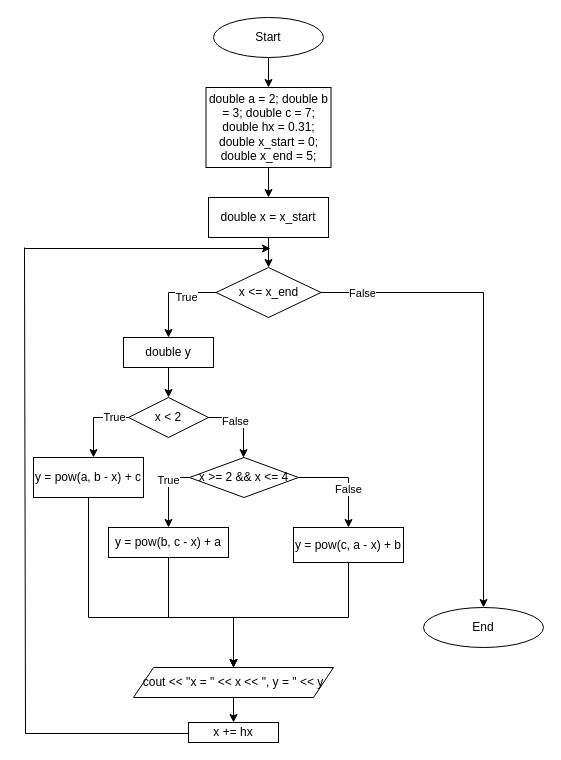
artificial-intelligence-department/ai_programming_playground_2024 keeps this draw.io diagram as ai_11/anastasiia_humeniuk/saga1/vns_practice_work_2_task_anastasiia_humeniuk.drawio. Above is the earlier version. Source tidied: cells renumbered, new cells numbered last; positions are measured from the earlier drawing's top-left corner, leaving out a move shared by most shapes. Both pictures are drawn from the tidied source at 100%, with x=0, y=0 at pixel (24, 17).
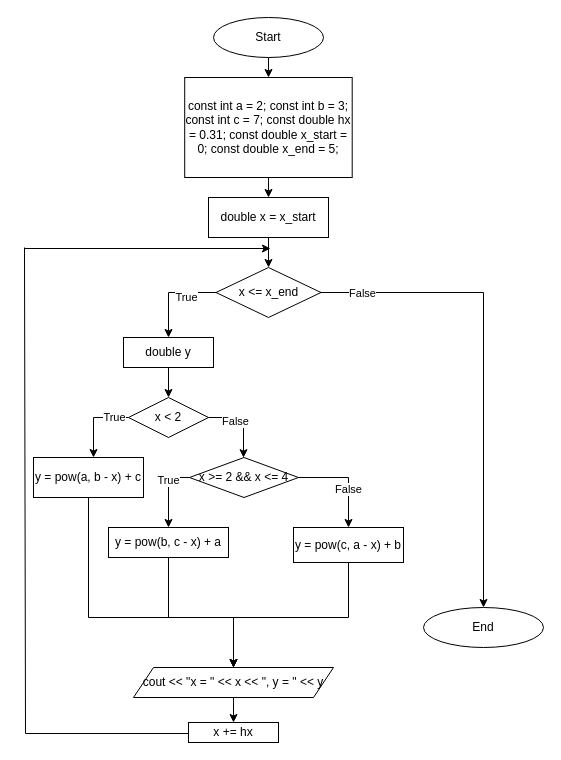
Above is the later version.

What changed in the source:
```diff
@@
-    <mxCell id="5" value="double a = 2; double b = 3; double c = 7; double hx = 0.31; double x_start = 0; double x_end = 5;" style="rounded=0;whiteSpace=wrap;html=1;" parent="1" vertex="1">
-      <mxGeometry x="181.5" y="70" width="125" height="80" as="geometry" />
+    <mxCell id="5" value="const int a = 2; const int&amp;nbsp;b = 3; const int c = 7; const double hx = 0.31; const double x_start = 0; const double x_end = 5;" style="rounded=0;whiteSpace=wrap;html=1;" parent="1" vertex="1">
+      <mxGeometry x="160.2" y="60" width="167.5" height="100" as="geometry" />
     </mxCell>
```
